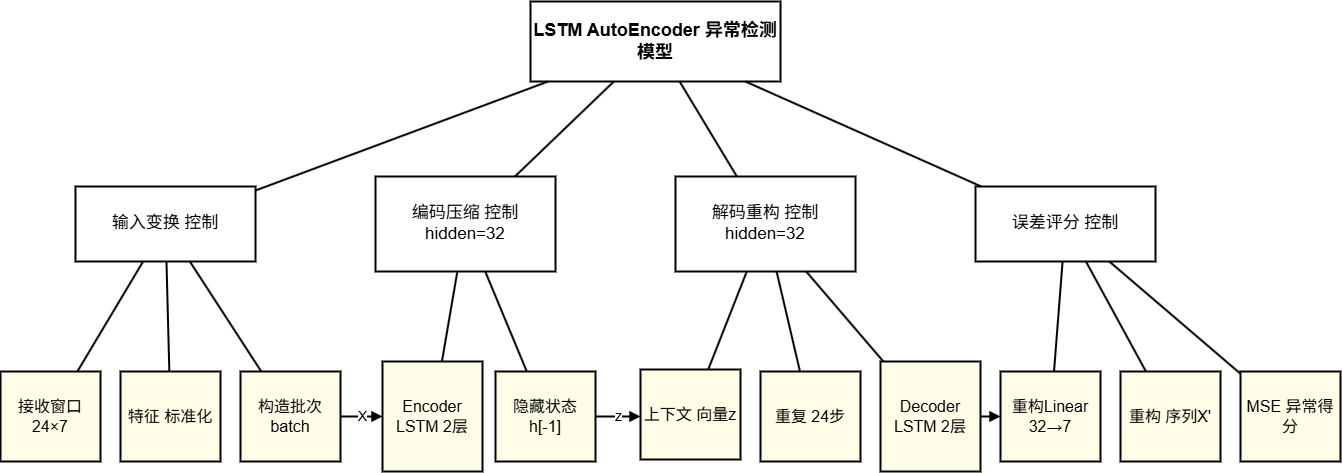
Above: pictures_drawio/LSTM Encoder模型结构图.drawio.png in solisW/my_thesis_system (draw.io), before the change. Source tidied: cells renumbered, new cells last; positions are measured from the earlier drawing's top-left corner, leaving out a move shared by most shapes. The source it was exported from:
```xml
<mxGraphModel>
  <root>
    <mxCell id="0" />
    <mxCell id="1" parent="0" />
    <mxCell id="2" value="LSTM AutoEncoder 异常检测模型" style="rounded=0;whiteSpace=wrap;html=1;fillColor=#ffffff;strokeColor=#000000;strokeWidth=2;fontSize=18;fontStyle=1;" parent="1" vertex="1">
      <mxGeometry x="530" width="250" height="80" as="geometry" />
    </mxCell>
    <mxCell id="3" value="输入变换 控制" style="rounded=0;whiteSpace=wrap;html=1;fillColor=#ffffff;strokeColor=#000000;strokeWidth=2;fontSize=17;" parent="1" vertex="1">
      <mxGeometry x="75" y="185" width="180" height="75" as="geometry" />
    </mxCell>
    <mxCell id="4" value="编码压缩 控制 hidden=32" style="rounded=0;whiteSpace=wrap;html=1;fillColor=#ffffff;strokeColor=#000000;strokeWidth=2;fontSize=17;" parent="1" vertex="1">
      <mxGeometry x="375" y="175" width="180" height="95" as="geometry" />
    </mxCell>
    <mxCell id="5" value="解码重构 控制 hidden=32" style="rounded=0;whiteSpace=wrap;html=1;fillColor=#ffffff;strokeColor=#000000;strokeWidth=2;fontSize=17;" parent="1" vertex="1">
      <mxGeometry x="675" y="175" width="180" height="95" as="geometry" />
    </mxCell>
    <mxCell id="6" value="误差评分 控制" style="rounded=0;whiteSpace=wrap;html=1;fillColor=#ffffff;strokeColor=#000000;strokeWidth=2;fontSize=17;" parent="1" vertex="1">
      <mxGeometry x="975" y="185" width="180" height="75" as="geometry" />
    </mxCell>
    <mxCell id="7" style="endArrow=none;html=1;rounded=0;strokeWidth=2;fontSize=14;" parent="1" edge="1" source="2" target="3">
      <mxGeometry relative="1" as="geometry" />
    </mxCell>
    <mxCell id="8" style="endArrow=none;html=1;rounded=0;strokeWidth=2;fontSize=14;" parent="1" edge="1" source="2" target="4">
      <mxGeometry relative="1" as="geometry" />
    </mxCell>
    <mxCell id="9" style="endArrow=none;html=1;rounded=0;strokeWidth=2;fontSize=14;" parent="1" edge="1" source="2" target="5">
      <mxGeometry relative="1" as="geometry" />
    </mxCell>
    <mxCell id="10" style="endArrow=none;html=1;rounded=0;strokeWidth=2;fontSize=14;" parent="1" edge="1" source="2" target="6">
      <mxGeometry relative="1" as="geometry" />
    </mxCell>
    <mxCell id="11" value="接收窗口 24×7" style="rounded=0;whiteSpace=wrap;html=1;fillColor=#fffde7;strokeColor=#000000;strokeWidth=2;fontSize=16;" parent="1" vertex="1">
      <mxGeometry y="370" width="100" height="90" as="geometry" />
    </mxCell>
    <mxCell id="12" value="特征 标准化" style="rounded=0;whiteSpace=wrap;html=1;fillColor=#fffde7;strokeColor=#000000;strokeWidth=2;fontSize=16;" parent="1" vertex="1">
      <mxGeometry x="120" y="370" width="100" height="90" as="geometry" />
    </mxCell>
    <mxCell id="13" value="构造批次 batch" style="rounded=0;whiteSpace=wrap;html=1;fillColor=#fffde7;strokeColor=#000000;strokeWidth=2;fontSize=16;" parent="1" vertex="1">
      <mxGeometry x="240" y="370" width="100" height="90" as="geometry" />
    </mxCell>
    <mxCell id="14" value="Encoder LSTM 2层" style="rounded=0;whiteSpace=wrap;html=1;fillColor=#fffde7;strokeColor=#000000;strokeWidth=2;fontSize=16;" parent="1" vertex="1">
      <mxGeometry x="382" y="360" width="100" height="110" as="geometry" />
    </mxCell>
    <mxCell id="15" value="隐藏状态 h[-1]" style="rounded=0;whiteSpace=wrap;html=1;fillColor=#fffde7;strokeColor=#000000;strokeWidth=2;fontSize=16;" parent="1" vertex="1">
      <mxGeometry x="495" y="370" width="100" height="90" as="geometry" />
    </mxCell>
    <mxCell id="16" value="上下文 向量z" style="rounded=0;whiteSpace=wrap;html=1;fillColor=#fffde7;strokeColor=#000000;strokeWidth=2;fontSize=16;" parent="1" vertex="1">
      <mxGeometry x="640" y="368" width="100" height="90" as="geometry" />
    </mxCell>
    <mxCell id="17" value="重复 24步" style="rounded=0;whiteSpace=wrap;html=1;fillColor=#fffde7;strokeColor=#000000;strokeWidth=2;fontSize=16;" parent="1" vertex="1">
      <mxGeometry x="760" y="370" width="100" height="90" as="geometry" />
    </mxCell>
    <mxCell id="18" value="Decoder LSTM 2层" style="rounded=0;whiteSpace=wrap;html=1;fillColor=#fffde7;strokeColor=#000000;strokeWidth=2;fontSize=16;" parent="1" vertex="1">
      <mxGeometry x="880" y="360" width="100" height="110" as="geometry" />
    </mxCell>
    <mxCell id="19" value="重构Linear 32→7" style="rounded=0;whiteSpace=wrap;html=1;fillColor=#fffde7;strokeColor=#000000;strokeWidth=2;fontSize=16;" parent="1" vertex="1">
      <mxGeometry x="1000" y="370" width="100" height="90" as="geometry" />
    </mxCell>
    <mxCell id="20" value="重构 序列X'" style="rounded=0;whiteSpace=wrap;html=1;fillColor=#fffde7;strokeColor=#000000;strokeWidth=2;fontSize=16;" parent="1" vertex="1">
      <mxGeometry x="1120" y="370" width="100" height="90" as="geometry" />
    </mxCell>
    <mxCell id="21" value="MSE 异常得分" style="rounded=0;whiteSpace=wrap;html=1;fillColor=#fffde7;strokeColor=#000000;strokeWidth=2;fontSize=16;" parent="1" vertex="1">
      <mxGeometry x="1240" y="370" width="100" height="90" as="geometry" />
    </mxCell>
    <mxCell id="22" style="endArrow=none;html=1;rounded=0;strokeWidth=2;fontSize=14;" parent="1" edge="1" source="3" target="11">
      <mxGeometry relative="1" as="geometry" />
    </mxCell>
    <mxCell id="23" style="endArrow=none;html=1;rounded=0;strokeWidth=2;fontSize=14;" parent="1" edge="1" source="3" target="12">
      <mxGeometry relative="1" as="geometry" />
    </mxCell>
    <mxCell id="24" style="endArrow=none;html=1;rounded=0;strokeWidth=2;fontSize=14;" parent="1" edge="1" source="3" target="13">
      <mxGeometry relative="1" as="geometry" />
    </mxCell>
    <mxCell id="25" style="endArrow=none;html=1;rounded=0;strokeWidth=2;fontSize=14;" parent="1" edge="1" source="4" target="14">
      <mxGeometry relative="1" as="geometry" />
    </mxCell>
    <mxCell id="26" style="endArrow=none;html=1;rounded=0;strokeWidth=2;fontSize=14;" parent="1" edge="1" source="4" target="15">
      <mxGeometry relative="1" as="geometry" />
    </mxCell>
    <mxCell id="27" style="endArrow=none;html=1;rounded=0;strokeWidth=2;fontSize=14;" parent="1" edge="1" source="5" target="16">
      <mxGeometry relative="1" as="geometry" />
    </mxCell>
    <mxCell id="28" style="endArrow=none;html=1;rounded=0;strokeWidth=2;fontSize=14;" parent="1" edge="1" source="5" target="17">
      <mxGeometry relative="1" as="geometry" />
    </mxCell>
    <mxCell id="29" style="endArrow=none;html=1;rounded=0;strokeWidth=2;fontSize=14;" parent="1" edge="1" source="5" target="18">
      <mxGeometry relative="1" as="geometry" />
    </mxCell>
    <mxCell id="30" style="endArrow=none;html=1;rounded=0;strokeWidth=2;fontSize=14;" parent="1" edge="1" source="6" target="19">
      <mxGeometry relative="1" as="geometry" />
    </mxCell>
    <mxCell id="31" style="endArrow=none;html=1;rounded=0;strokeWidth=2;fontSize=14;" parent="1" edge="1" source="6" target="20">
      <mxGeometry relative="1" as="geometry" />
    </mxCell>
    <mxCell id="32" style="endArrow=none;html=1;rounded=0;strokeWidth=2;fontSize=14;" parent="1" edge="1" source="6" target="21">
      <mxGeometry relative="1" as="geometry" />
    </mxCell>
    <mxCell id="33" value="X" style="endArrow=block;html=1;rounded=0;strokeWidth=2;fontSize=14;entryX=0;entryY=0.5;entryDx=0;entryDy=0;" parent="1" edge="1" target="14">
      <mxGeometry relative="1" as="geometry">
        <mxPoint x="340" y="415" as="sourcePoint" />
      </mxGeometry>
    </mxCell>
    <mxCell id="34" value="z" style="endArrow=block;html=1;rounded=0;strokeWidth=2;fontSize=14;" parent="1" edge="1">
      <mxGeometry relative="1" as="geometry">
        <mxPoint x="595" y="415" as="sourcePoint" />
        <mxPoint x="640" y="415" as="targetPoint" />
      </mxGeometry>
    </mxCell>
    <mxCell id="35" style="endArrow=block;html=1;rounded=0;strokeWidth=2;fontSize=14;" parent="1" edge="1">
      <mxGeometry relative="1" as="geometry">
        <mxPoint x="980" y="415" as="sourcePoint" />
        <mxPoint x="1000" y="415" as="targetPoint" />
      </mxGeometry>
    </mxCell>
  </root>
</mxGraphModel>
```
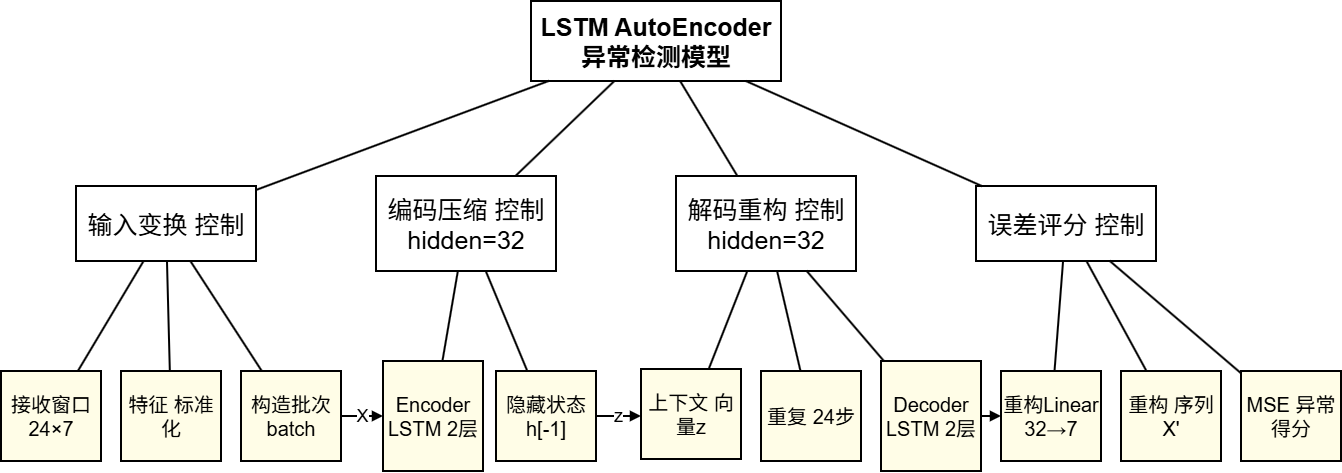
Above is the later version.

The edit, as a diff of the source:
```diff
@@ -2,19 +2,19 @@
   <root>
     <mxCell id="0" />
     <mxCell id="1" parent="0" />
-    <mxCell id="2" value="LSTM AutoEncoder 异常检测模型" style="rounded=0;whiteSpace=wrap;html=1;fillColor=#ffffff;strokeColor=#000000;strokeWidth=2;fontSize=18;fontStyle=1;" parent="1" vertex="1">
+    <mxCell id="2" value="&lt;font style=&quot;font-size: 25px;&quot;&gt;LSTM AutoEncoder 异常检测模型&lt;/font&gt;" style="rounded=0;whiteSpace=wrap;html=1;fillColor=#ffffff;strokeColor=#000000;strokeWidth=2;fontSize=18;fontStyle=1;" parent="1" vertex="1">
       <mxGeometry x="530" width="250" height="80" as="geometry" />
     </mxCell>
-    <mxCell id="3" value="输入变换 控制" style="rounded=0;whiteSpace=wrap;html=1;fillColor=#ffffff;strokeColor=#000000;strokeWidth=2;fontSize=17;" parent="1" vertex="1">
+    <mxCell id="3" value="&lt;font style=&quot;font-size: 25px;&quot;&gt;输入变换 控制&lt;/font&gt;" style="rounded=0;whiteSpace=wrap;html=1;fillColor=#ffffff;strokeColor=#000000;strokeWidth=2;fontSize=17;" parent="1" vertex="1">
       <mxGeometry x="75" y="185" width="180" height="75" as="geometry" />
     </mxCell>
-    <mxCell id="4" value="编码压缩 控制 hidden=32" style="rounded=0;whiteSpace=wrap;html=1;fillColor=#ffffff;strokeColor=#000000;strokeWidth=2;fontSize=17;" parent="1" vertex="1">
+    <mxCell id="4" value="&lt;font style=&quot;font-size: 25px;&quot;&gt;编码压缩 控制 hidden=32&lt;/font&gt;" style="rounded=0;whiteSpace=wrap;html=1;fillColor=#ffffff;strokeColor=#000000;strokeWidth=2;fontSize=17;" parent="1" vertex="1">
       <mxGeometry x="375" y="175" width="180" height="95" as="geometry" />
     </mxCell>
-    <mxCell id="5" value="解码重构 控制 hidden=32" style="rounded=0;whiteSpace=wrap;html=1;fillColor=#ffffff;strokeColor=#000000;strokeWidth=2;fontSize=17;" parent="1" vertex="1">
+    <mxCell id="5" value="&lt;font style=&quot;font-size: 25px;&quot;&gt;解码重构 控制 hidden=32&lt;/font&gt;" style="rounded=0;whiteSpace=wrap;html=1;fillColor=#ffffff;strokeColor=#000000;strokeWidth=2;fontSize=17;" parent="1" vertex="1">
       <mxGeometry x="675" y="175" width="180" height="95" as="geometry" />
     </mxCell>
-    <mxCell id="6" value="误差评分 控制" style="rounded=0;whiteSpace=wrap;html=1;fillColor=#ffffff;strokeColor=#000000;strokeWidth=2;fontSize=17;" parent="1" vertex="1">
+    <mxCell id="6" value="&lt;font style=&quot;font-size: 25px;&quot;&gt;误差评分 控制&lt;/font&gt;" style="rounded=0;whiteSpace=wrap;html=1;fillColor=#ffffff;strokeColor=#000000;strokeWidth=2;fontSize=17;" parent="1" vertex="1">
       <mxGeometry x="975" y="185" width="180" height="75" as="geometry" />
     </mxCell>
     <mxCell id="7" style="endArrow=none;html=1;rounded=0;strokeWidth=2;fontSize=14;" parent="1" edge="1" source="2" target="3">
@@ -29,37 +29,37 @@
     <mxCell id="10" style="endArrow=none;html=1;rounded=0;strokeWidth=2;fontSize=14;" parent="1" edge="1" source="2" target="6">
       <mxGeometry relative="1" as="geometry" />
     </mxCell>
-    <mxCell id="11" value="接收窗口 24×7" style="rounded=0;whiteSpace=wrap;html=1;fillColor=#fffde7;strokeColor=#000000;strokeWidth=2;fontSize=16;" parent="1" vertex="1">
+    <mxCell id="11" value="&lt;font style=&quot;font-size: 20px;&quot;&gt;接收窗口 24×7&lt;/font&gt;" style="rounded=0;whiteSpace=wrap;html=1;fillColor=#fffde7;strokeColor=#000000;strokeWidth=2;fontSize=16;" parent="1" vertex="1">
       <mxGeometry y="370" width="100" height="90" as="geometry" />
     </mxCell>
-    <mxCell id="12" value="特征 标准化" style="rounded=0;whiteSpace=wrap;html=1;fillColor=#fffde7;strokeColor=#000000;strokeWidth=2;fontSize=16;" parent="1" vertex="1">
+    <mxCell id="12" value="&lt;font style=&quot;font-size: 20px;&quot;&gt;特征 标准化&lt;/font&gt;" style="rounded=0;whiteSpace=wrap;html=1;fillColor=#fffde7;strokeColor=#000000;strokeWidth=2;fontSize=16;" parent="1" vertex="1">
       <mxGeometry x="120" y="370" width="100" height="90" as="geometry" />
     </mxCell>
-    <mxCell id="13" value="构造批次 batch" style="rounded=0;whiteSpace=wrap;html=1;fillColor=#fffde7;strokeColor=#000000;strokeWidth=2;fontSize=16;" parent="1" vertex="1">
+    <mxCell id="13" value="&lt;font style=&quot;font-size: 20px;&quot;&gt;构造批次 batch&lt;/font&gt;" style="rounded=0;whiteSpace=wrap;html=1;fillColor=#fffde7;strokeColor=#000000;strokeWidth=2;fontSize=16;" parent="1" vertex="1">
       <mxGeometry x="240" y="370" width="100" height="90" as="geometry" />
     </mxCell>
-    <mxCell id="14" value="Encoder LSTM 2层" style="rounded=0;whiteSpace=wrap;html=1;fillColor=#fffde7;strokeColor=#000000;strokeWidth=2;fontSize=16;" parent="1" vertex="1">
+    <mxCell id="14" value="&lt;font style=&quot;font-size: 20px;&quot;&gt;Encoder LSTM 2层&lt;/font&gt;" style="rounded=0;whiteSpace=wrap;html=1;fillColor=#fffde7;strokeColor=#000000;strokeWidth=2;fontSize=16;" parent="1" vertex="1">
       <mxGeometry x="382" y="360" width="100" height="110" as="geometry" />
     </mxCell>
-    <mxCell id="15" value="隐藏状态 h[-1]" style="rounded=0;whiteSpace=wrap;html=1;fillColor=#fffde7;strokeColor=#000000;strokeWidth=2;fontSize=16;" parent="1" vertex="1">
+    <mxCell id="15" value="&lt;font style=&quot;font-size: 20px;&quot;&gt;隐藏状态 h[-1]&lt;/font&gt;" style="rounded=0;whiteSpace=wrap;html=1;fillColor=#fffde7;strokeColor=#000000;strokeWidth=2;fontSize=16;" parent="1" vertex="1">
       <mxGeometry x="495" y="370" width="100" height="90" as="geometry" />
     </mxCell>
-    <mxCell id="16" value="上下文 向量z" style="rounded=0;whiteSpace=wrap;html=1;fillColor=#fffde7;strokeColor=#000000;strokeWidth=2;fontSize=16;" parent="1" vertex="1">
+    <mxCell id="16" value="&lt;font style=&quot;font-size: 20px;&quot;&gt;上下文 向量z&lt;/font&gt;" style="rounded=0;whiteSpace=wrap;html=1;fillColor=#fffde7;strokeColor=#000000;strokeWidth=2;fontSize=16;" parent="1" vertex="1">
       <mxGeometry x="640" y="368" width="100" height="90" as="geometry" />
     </mxCell>
-    <mxCell id="17" value="重复 24步" style="rounded=0;whiteSpace=wrap;html=1;fillColor=#fffde7;strokeColor=#000000;strokeWidth=2;fontSize=16;" parent="1" vertex="1">
+    <mxCell id="17" value="&lt;font style=&quot;font-size: 20px;&quot;&gt;重复 24步&lt;/font&gt;" style="rounded=0;whiteSpace=wrap;html=1;fillColor=#fffde7;strokeColor=#000000;strokeWidth=2;fontSize=16;" parent="1" vertex="1">
       <mxGeometry x="760" y="370" width="100" height="90" as="geometry" />
     </mxCell>
-    <mxCell id="18" value="Decoder LSTM 2层" style="rounded=0;whiteSpace=wrap;html=1;fillColor=#fffde7;strokeColor=#000000;strokeWidth=2;fontSize=16;" parent="1" vertex="1">
+    <mxCell id="18" value="&lt;font style=&quot;font-size: 20px;&quot;&gt;Decoder LSTM 2层&lt;/font&gt;" style="rounded=0;whiteSpace=wrap;html=1;fillColor=#fffde7;strokeColor=#000000;strokeWidth=2;fontSize=16;" parent="1" vertex="1">
       <mxGeometry x="880" y="360" width="100" height="110" as="geometry" />
     </mxCell>
-    <mxCell id="19" value="重构Linear 32→7" style="rounded=0;whiteSpace=wrap;html=1;fillColor=#fffde7;strokeColor=#000000;strokeWidth=2;fontSize=16;" parent="1" vertex="1">
+    <mxCell id="19" value="&lt;font style=&quot;font-size: 20px;&quot;&gt;重构Linear 32→7&lt;/font&gt;" style="rounded=0;whiteSpace=wrap;html=1;fillColor=#fffde7;strokeColor=#000000;strokeWidth=2;fontSize=16;" parent="1" vertex="1">
       <mxGeometry x="1000" y="370" width="100" height="90" as="geometry" />
     </mxCell>
-    <mxCell id="20" value="重构 序列X'" style="rounded=0;whiteSpace=wrap;html=1;fillColor=#fffde7;strokeColor=#000000;strokeWidth=2;fontSize=16;" parent="1" vertex="1">
+    <mxCell id="20" value="&lt;font style=&quot;font-size: 20px;&quot;&gt;重构 序列X'&lt;/font&gt;" style="rounded=0;whiteSpace=wrap;html=1;fillColor=#fffde7;strokeColor=#000000;strokeWidth=2;fontSize=16;" parent="1" vertex="1">
       <mxGeometry x="1120" y="370" width="100" height="90" as="geometry" />
     </mxCell>
-    <mxCell id="21" value="MSE 异常得分" style="rounded=0;whiteSpace=wrap;html=1;fillColor=#fffde7;strokeColor=#000000;strokeWidth=2;fontSize=16;" parent="1" vertex="1">
+    <mxCell id="21" value="&lt;font style=&quot;font-size: 20px;&quot;&gt;MSE 异常得分&lt;/font&gt;" style="rounded=0;whiteSpace=wrap;html=1;fillColor=#fffde7;strokeColor=#000000;strokeWidth=2;fontSize=16;" parent="1" vertex="1">
       <mxGeometry x="1240" y="370" width="100" height="90" as="geometry" />
     </mxCell>
     <mxCell id="22" style="endArrow=none;html=1;rounded=0;strokeWidth=2;fontSize=14;" parent="1" edge="1" source="3" target="11">
@@ -95,12 +95,12 @@
     <mxCell id="32" style="endArrow=none;html=1;rounded=0;strokeWidth=2;fontSize=14;" parent="1" edge="1" source="6" target="21">
       <mxGeometry relative="1" as="geometry" />
     </mxCell>
-    <mxCell id="33" value="X" style="endArrow=block;html=1;rounded=0;strokeWidth=2;fontSize=14;entryX=0;entryY=0.5;entryDx=0;entryDy=0;" parent="1" edge="1" target="14">
+    <mxCell id="33" value="&lt;font style=&quot;font-size: 18px;&quot;&gt;X&lt;/font&gt;" style="endArrow=block;html=1;rounded=0;strokeWidth=2;fontSize=14;entryX=0;entryY=0.5;entryDx=0;entryDy=0;" parent="1" edge="1" target="14">
       <mxGeometry relative="1" as="geometry">
         <mxPoint x="340" y="415" as="sourcePoint" />
       </mxGeometry>
     </mxCell>
-    <mxCell id="34" value="z" style="endArrow=block;html=1;rounded=0;strokeWidth=2;fontSize=14;" parent="1" edge="1">
+    <mxCell id="34" value="&lt;font style=&quot;font-size: 18px;&quot;&gt;z&lt;/font&gt;" style="endArrow=block;html=1;rounded=0;strokeWidth=2;fontSize=14;" parent="1" edge="1">
       <mxGeometry relative="1" as="geometry">
         <mxPoint x="595" y="415" as="sourcePoint" />
         <mxPoint x="640" y="415" as="targetPoint" />
```
